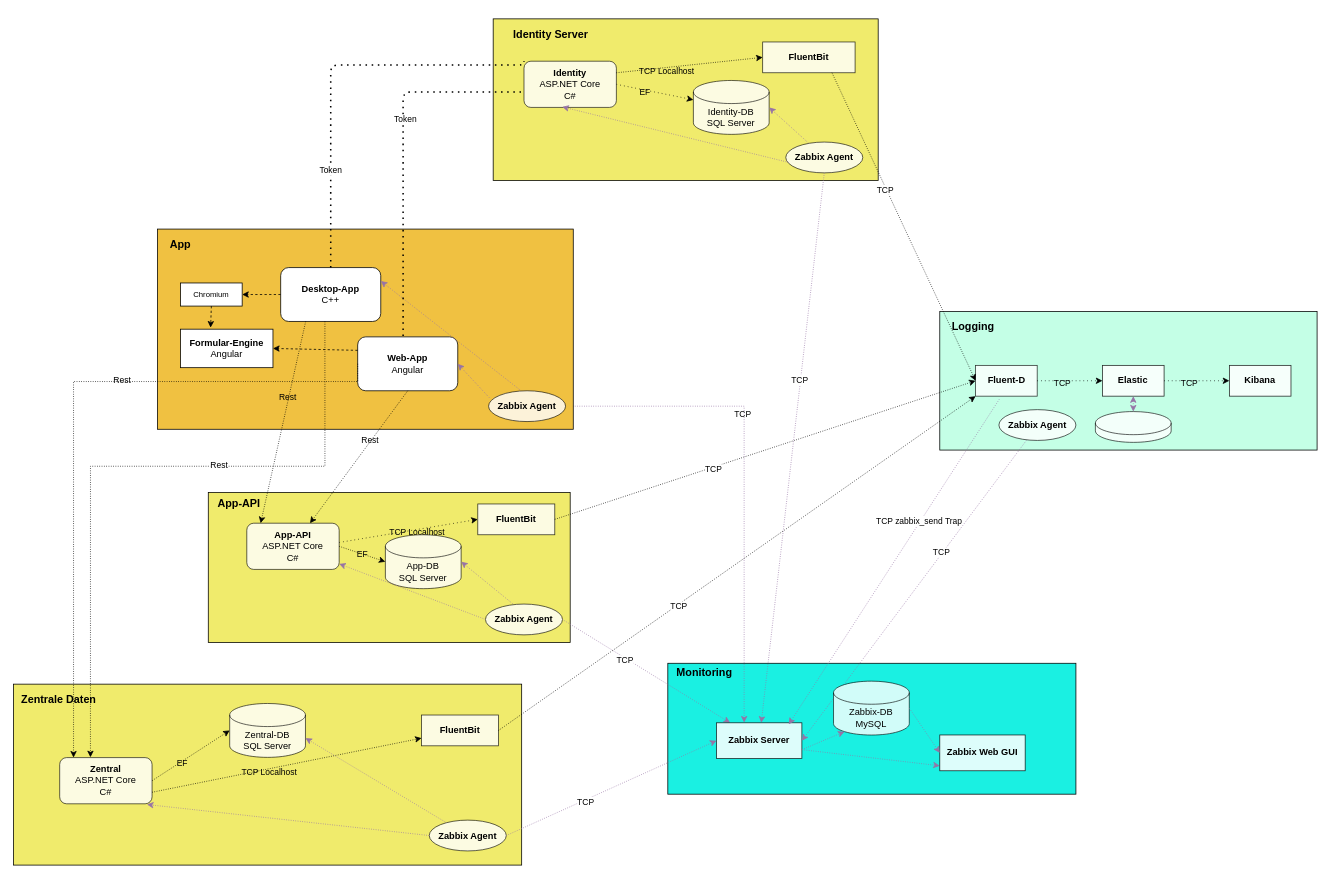
mats68/next-gen-diagramm keeps this draw.io diagram as NextGen.drawio. Above is the earlier version. Source tidied: cells renumbered, new cells numbered last; positions are measured from the earlier drawing's top-left corner, leaving out a move shared by most shapes. Both pictures are drawn from the tidied source at 77%, with x=0, y=0 at pixel (13, 18).
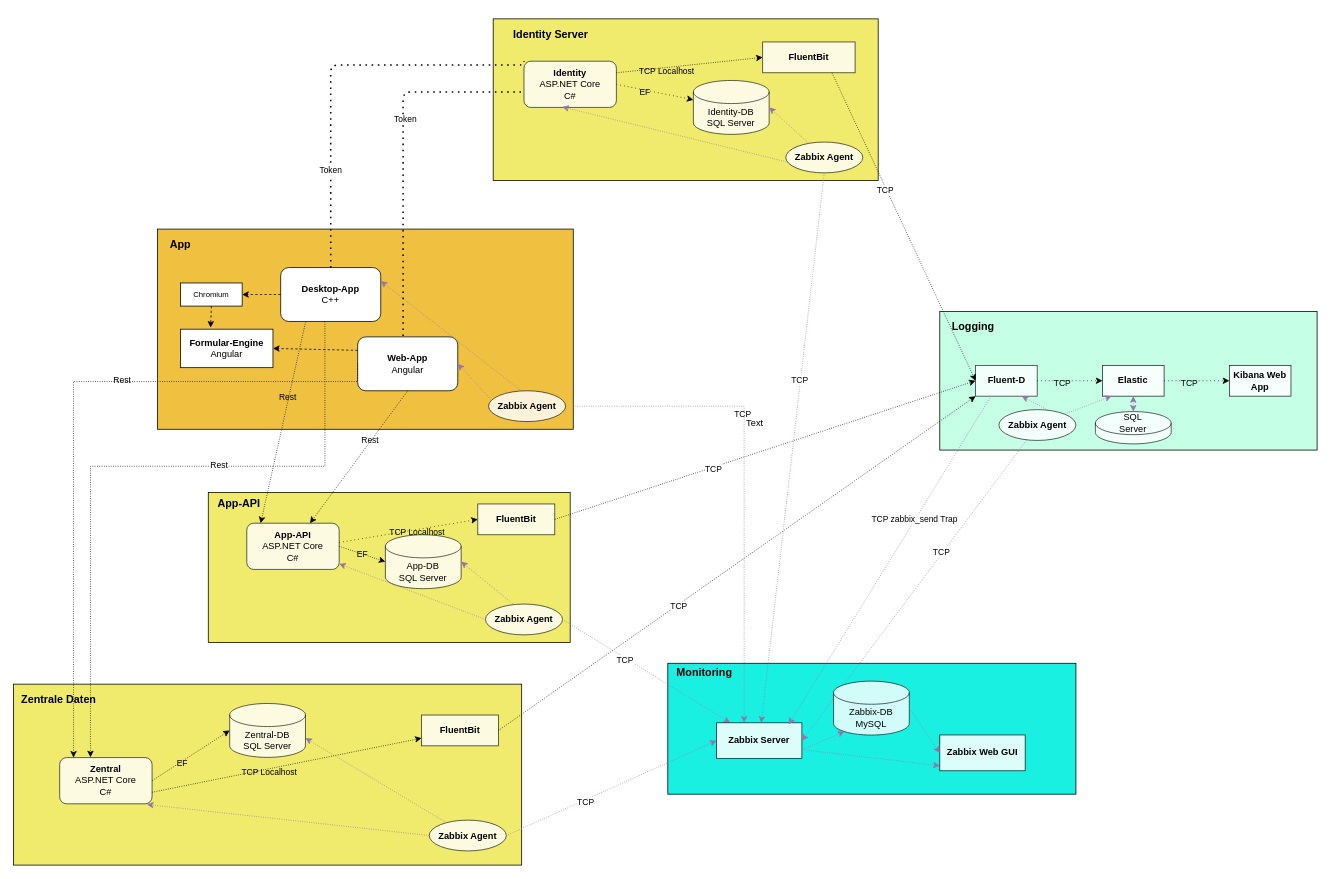
Above is the later version.

Unchanged cells that the change refers to:
```xml
<mxCell id="26" value="&lt;b&gt;Zabbix Server&lt;/b&gt;" style="rounded=0;whiteSpace=wrap;html=1;strokeWidth=1;perimeterSpacing=0;opacity=85;" parent="1" vertex="1">
  <mxGeometry x="913" y="914.2" width="110.9" height="46.5" as="geometry" />
</mxCell>
<mxCell id="33" value="&lt;b&gt;Fluent-D&lt;/b&gt;" style="rounded=0;whiteSpace=wrap;html=1;opacity=80;" parent="1" vertex="1">
  <mxGeometry x="1249.5" y="450" width="80" height="40" as="geometry" />
</mxCell>
<mxCell id="34" value="&lt;b&gt;Elastic&lt;br&gt;&lt;/b&gt;" style="rounded=0;whiteSpace=wrap;html=1;opacity=85;" parent="1" vertex="1">
  <mxGeometry x="1414.3" y="450" width="80" height="40" as="geometry" />
</mxCell>
<mxCell id="36" value="&lt;b&gt;Zabbix Agent&lt;/b&gt;" style="ellipse;whiteSpace=wrap;html=1;opacity=80;" parent="1" vertex="1">
  <mxGeometry x="1279.8" y="507.5" width="100" height="40" as="geometry" />
</mxCell>
```

The edit, as a diff of the source:
```diff
@@
-    <mxCell id="35" value="&lt;b&gt;Kibana&lt;/b&gt;" style="rounded=0;whiteSpace=wrap;html=1;opacity=85;" parent="1" vertex="1">
+    <mxCell id="35" value="&lt;b&gt;Kibana Web App&lt;/b&gt;" style="rounded=0;whiteSpace=wrap;html=1;opacity=85;" parent="1" vertex="1">
       <mxGeometry x="1579.1" y="450" width="80" height="40" as="geometry" />
     </mxCell>
@@
-    <mxCell id="43" style="edgeStyle=none;rounded=0;jettySize=auto;html=1;exitX=0.385;exitY=1.1;exitDx=0;exitDy=0;entryX=0.846;entryY=0.045;entryDx=0;entryDy=0;fillColor=#e1d5e7;strokeColor=#9673a6;exitPerimeter=0;dashed=1;dashPattern=1 2;entryPerimeter=0;" parent="1" edge="1" source="33" target="26">
-      <mxGeometry relative="1" as="geometry" />
-    </mxCell>
-    <mxCell id="44" value="TCP zabbix_send Trap" style="edgeLabel;html=1;align=center;verticalAlign=middle;" parent="43" vertex="1">
-      <mxGeometry x="-0.25" y="-2" relative="1" as="geometry" />
-    </mxCell>
@@
     <mxCell id="60" style="shape=cylinder3;whiteSpace=wrap;html=1;boundedLbl=1;backgroundOutline=1;size=15;opacity=80;" parent="1" vertex="1">
-      <mxGeometry x="1405.1" y="510" width="98.4" height="40" as="geometry" />
+      <mxGeometry x="1405.1" y="510" width="98.4" height="42" as="geometry" />
     </mxCell>
@@
+    <mxCell id="105" style="edgeStyle=none;rounded=0;jettySize=auto;html=1;fillColor=#e1d5e7;strokeColor=#9673a6;dashed=1;dashPattern=1 2;entryX=0.146;entryY=1;entryDx=0;entryDy=0;entryPerimeter=0;exitX=1;exitY=0;exitDx=0;exitDy=0;" parent="1" edge="1" source="36" target="34">
+      <mxGeometry relative="1" as="geometry" />
+    </mxCell>
+    <mxCell id="106" style="edgeStyle=none;rounded=0;jettySize=auto;html=1;fillColor=#e1d5e7;strokeColor=#9673a6;dashed=1;dashPattern=1 2;entryX=0.75;entryY=1;entryDx=0;entryDy=0;exitX=0.636;exitY=0.015;exitDx=0;exitDy=0;exitPerimeter=0;" parent="1" edge="1" source="36" target="33">
+      <mxGeometry relative="1" as="geometry" />
+    </mxCell>
+    <mxCell id="43" style="edgeStyle=none;rounded=0;jettySize=auto;html=1;entryX=0.846;entryY=0.045;entryDx=0;entryDy=0;fillColor=#e1d5e7;strokeColor=#9673a6;dashed=1;dashPattern=1 2;entryPerimeter=0;exitX=0.25;exitY=1;exitDx=0;exitDy=0;" parent="1" edge="1" source="33" target="26">
+      <mxGeometry relative="1" as="geometry" />
+    </mxCell>
+    <mxCell id="44" value="TCP zabbix_send Trap" style="edgeLabel;html=1;align=center;verticalAlign=middle;" parent="43" vertex="1">
+      <mxGeometry x="-0.25" y="-2" relative="1" as="geometry" />
+    </mxCell>
+    <mxCell id="107" value="Text" style="text;html=1;strokeColor=none;fillColor=none;align=center;verticalAlign=middle;whiteSpace=wrap;rounded=0;labelBackgroundColor=none;" parent="1" vertex="1">
+      <mxGeometry x="943" y="515" width="40" height="20" as="geometry" />
+    </mxCell>
+    <mxCell id="108" value="SQL Server" style="text;html=1;strokeColor=none;fillColor=none;align=center;verticalAlign=middle;whiteSpace=wrap;rounded=0;labelBackgroundColor=none;" parent="1" vertex="1">
+      <mxGeometry x="1434.3" y="515" width="40" height="20" as="geometry" />
+    </mxCell>
```
